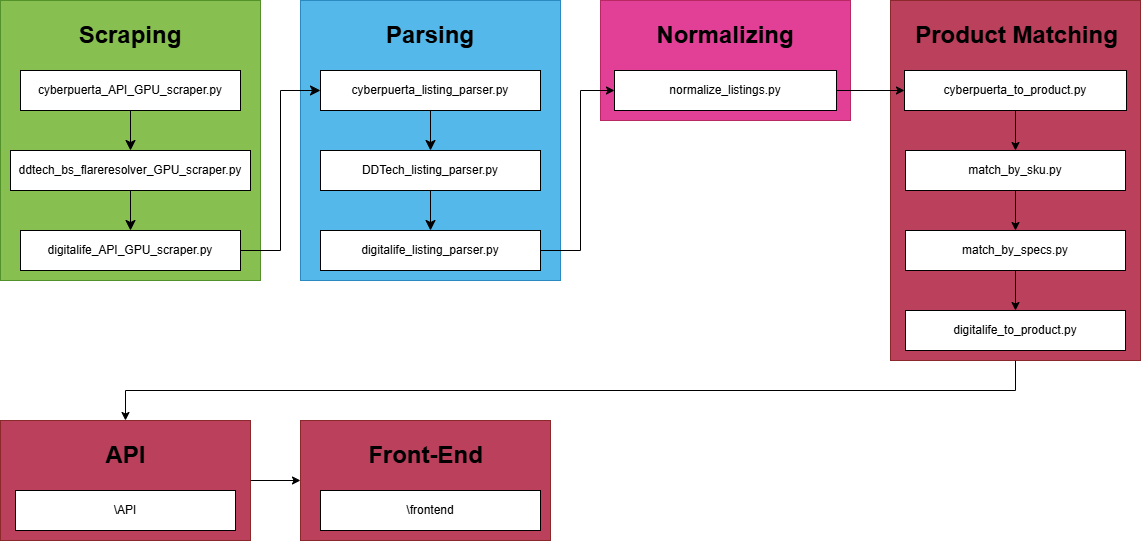
The draw.io diagram assets/tracker_file_flowchart.drawio.png in djg02/GPUTrackerMX, before a commit. Source tidied: cells renumbered, new cells last; positions are measured from the earlier drawing's top-left corner, leaving out a move shared by most shapes.
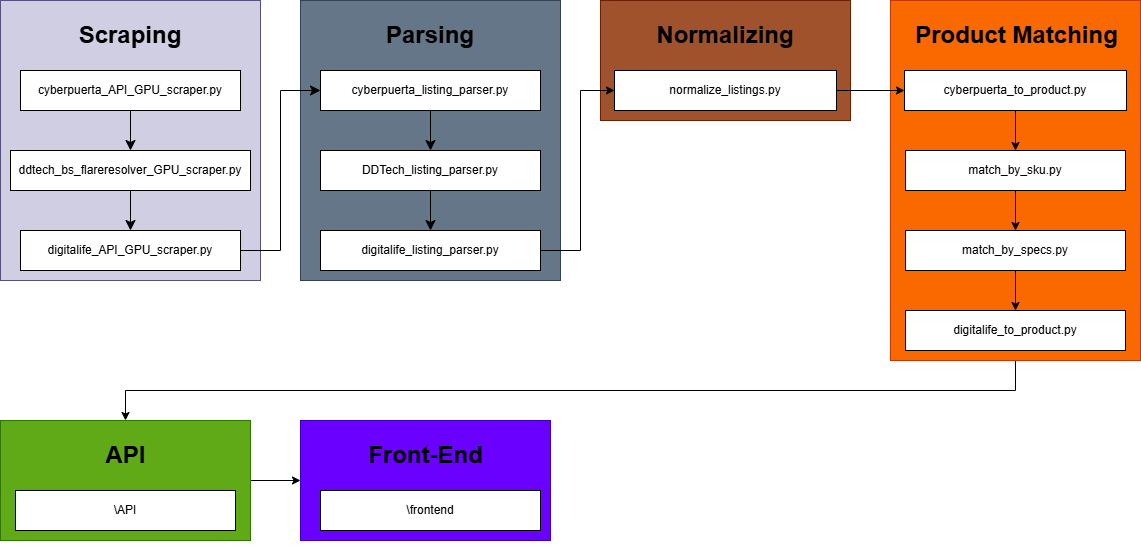
The same diagram one commit later.

Commit message:
update pipeline diagram

What changed in the source:
```diff
@@ -5,16 +5,16 @@
     <mxCell id="2" style="edgeStyle=orthogonalEdgeStyle;rounded=0;jettySize=auto;html=1;exitX=0.5;exitY=1;exitDx=0;exitDy=0;entryX=0.5;entryY=0;entryDx=0;entryDy=0;strokeColor=light-dark(#000000,#FFFFFF);" parent="1" edge="1" source="3" target="33">
       <mxGeometry relative="1" as="geometry" />
     </mxCell>
-    <mxCell id="3" style="rounded=0;whiteSpace=wrap;html=1;fillColor=light-dark(#A20025,#999999);fontColor=#ffffff;strokeColor=#6F0000;opacity=75;" parent="1" vertex="1">
+    <mxCell id="3" style="rounded=0;whiteSpace=wrap;html=1;fillColor=#fa6800;fontColor=#000000;strokeColor=#C73500;" parent="1" vertex="1">
       <mxGeometry x="890" width="250" height="360" as="geometry" />
     </mxCell>
-    <mxCell id="4" style="rounded=0;whiteSpace=wrap;html=1;fillColor=light-dark(#D80073,#0066CC);fontColor=#ffffff;strokeColor=#A50040;opacity=75;" parent="1" vertex="1">
+    <mxCell id="4" style="rounded=0;whiteSpace=wrap;html=1;fillColor=#a0522d;fontColor=#ffffff;strokeColor=#6D1F00;" parent="1" vertex="1">
       <mxGeometry x="600" width="250" height="120" as="geometry" />
     </mxCell>
-    <mxCell id="5" style="rounded=0;whiteSpace=wrap;html=1;fillColor=light-dark(#1BA1E2,#80FF00);fontColor=#ffffff;strokeColor=#006EAF;opacity=75;" parent="1" vertex="1">
+    <mxCell id="5" style="rounded=0;whiteSpace=wrap;html=1;fillColor=#647687;fontColor=#ffffff;strokeColor=#314354;" parent="1" vertex="1">
       <mxGeometry x="300" width="260" height="280" as="geometry" />
     </mxCell>
-    <mxCell id="6" style="rounded=0;whiteSpace=wrap;html=1;fillColor=light-dark(#60A917,#CC6600);fontColor=#ffffff;strokeColor=#2D7600;align=center;opacity=75;" parent="1" vertex="1">
+    <mxCell id="6" style="rounded=0;whiteSpace=wrap;html=1;fillColor=#d0cee2;strokeColor=#56517e;align=center;" parent="1" vertex="1">
       <mxGeometry width="260" height="280" as="geometry" />
     </mxCell>
     <mxCell id="7" style="edgeStyle=none;curved=1;rounded=0;jettySize=auto;html=1;exitX=0.5;exitY=1;exitDx=0;exitDy=0;entryX=0.5;entryY=0;entryDx=0;entryDy=0;fontSize=12;startSize=8;endSize=8;" parent="1" edge="1" source="8" target="10">
@@ -100,7 +100,7 @@
     <mxCell id="32" style="edgeStyle=orthogonalEdgeStyle;rounded=0;jettySize=auto;html=1;exitX=1;exitY=0.5;exitDx=0;exitDy=0;entryX=0;entryY=0.5;entryDx=0;entryDy=0;fillColor=light-dark(#A20025,#FFFFFF);" parent="1" edge="1" source="33" target="37">
       <mxGeometry relative="1" as="geometry" />
     </mxCell>
-    <mxCell id="33" style="rounded=0;whiteSpace=wrap;html=1;fillColor=light-dark(#A20025,#FF99FF);fontColor=#ffffff;strokeColor=#6F0000;opacity=75;" parent="1" vertex="1">
+    <mxCell id="33" style="rounded=0;whiteSpace=wrap;html=1;fillColor=#60a917;fontColor=#ffffff;strokeColor=#2D7600;" parent="1" vertex="1">
       <mxGeometry y="420" width="250" height="120" as="geometry" />
     </mxCell>
     <mxCell id="34" value="&lt;h1&gt;&lt;font style=&quot;color: light-dark(rgb(0, 0, 0), rgb(0, 0, 0));&quot;&gt;API&lt;/font&gt;&lt;/h1&gt;" style="text;html=1;whiteSpace=wrap;align=center;verticalAlign=middle;rounded=0;" parent="1" vertex="1">
@@ -112,7 +112,7 @@
     <mxCell id="36" style="edgeStyle=orthogonalEdgeStyle;rounded=0;orthogonalLoop=1;jettySize=auto;html=1;exitX=0.5;exitY=1;exitDx=0;exitDy=0;" parent="1" edge="1" source="33" target="33">
       <mxGeometry relative="1" as="geometry" />
     </mxCell>
-    <mxCell id="37" style="rounded=0;whiteSpace=wrap;html=1;fillColor=light-dark(#A20025,#CC0066);fontColor=#ffffff;strokeColor=#6F0000;opacity=75;" parent="1" vertex="1">
+    <mxCell id="37" style="rounded=0;whiteSpace=wrap;html=1;fillColor=#6a00ff;strokeColor=#3700CC;fontColor=#ffffff;" parent="1" vertex="1">
       <mxGeometry x="300" y="420" width="250" height="120" as="geometry" />
     </mxCell>
     <mxCell id="38" value="&lt;h1&gt;&lt;font style=&quot;color: light-dark(rgb(0, 0, 0), rgb(0, 0, 0));&quot;&gt;Front-End&lt;/font&gt;&lt;/h1&gt;" style="text;html=1;whiteSpace=wrap;align=center;verticalAlign=middle;rounded=0;" parent="1" vertex="1">
```
